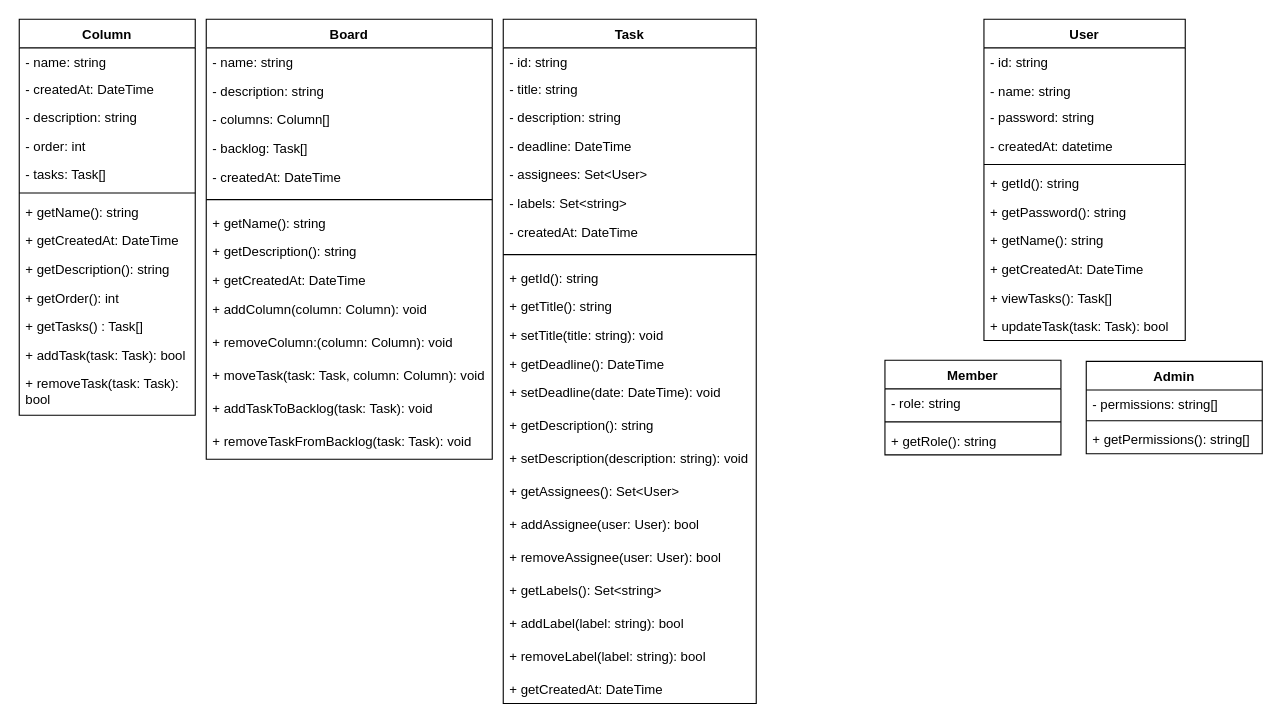
Before: docs/Kancpp.drawio in talis-fb/kancpp_atv_boas_praticas, a draw.io diagram. Source tidied: cells renumbered, new cells numbered last; positions are measured from the earlier drawing's top-left corner, leaving out a move shared by most shapes. Both pictures are drawn from the tidied source at 110%, with x=0, y=0 at pixel (19, 19).
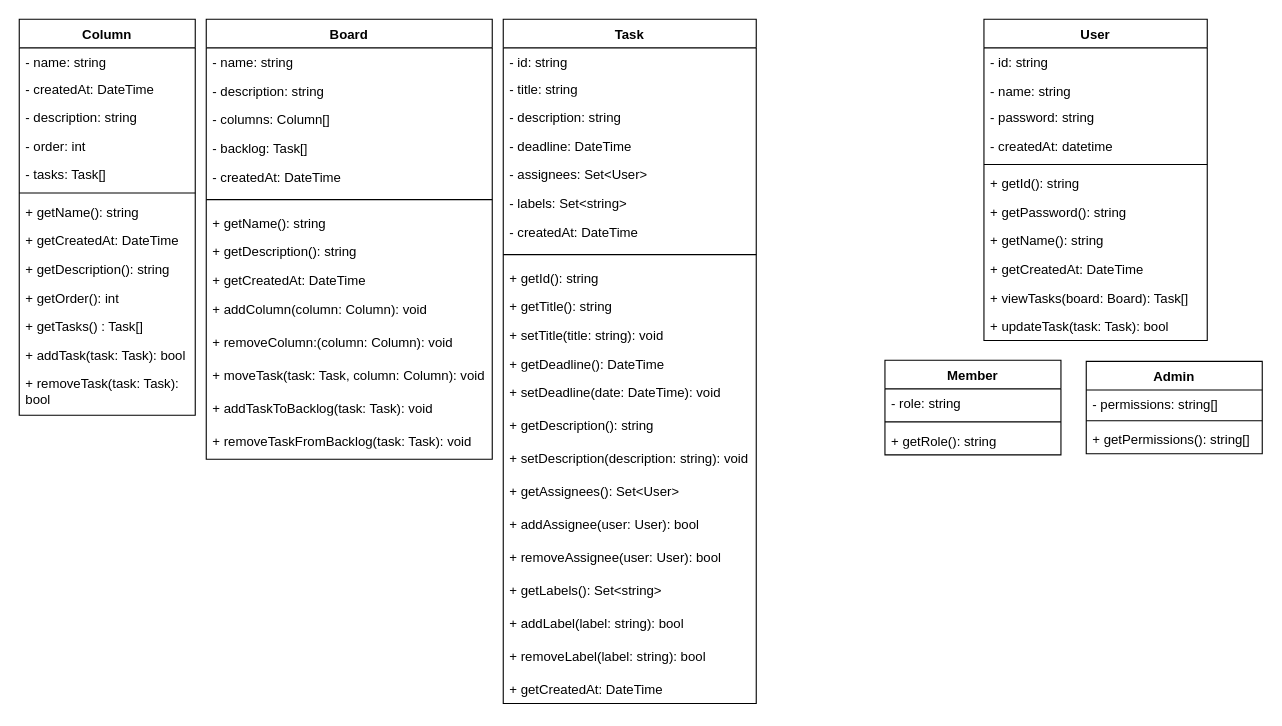
Above is the later version.

Commit message:
refactor: change view tasks methods

What changed in the source:
```diff
@@
     <mxCell id="54" value="User" style="swimlane;fontStyle=1;align=center;verticalAlign=top;horizontal=1;startSize=26;whiteSpace=wrap;html=1;" parent="1" vertex="1">
-      <mxGeometry x="877" width="183" height="292" as="geometry" />
+      <mxGeometry x="877" width="203" height="292" as="geometry" />
     </mxCell>
     <mxCell id="55" value="- id: string" style="text;strokeColor=none;fillColor=none;align=left;verticalAlign=top;spacingLeft=4;spacingRight=4;overflow=hidden;whiteSpace=wrap;html=1;" parent="54" vertex="1">
-      <mxGeometry y="26" width="183" height="26" as="geometry" />
+      <mxGeometry y="26" width="203" height="26" as="geometry" />
     </mxCell>
     <mxCell id="56" value="- name: string&lt;br&gt;" style="text;strokeColor=none;fillColor=none;align=left;verticalAlign=top;spacingLeft=4;spacingRight=4;overflow=hidden;whiteSpace=wrap;html=1;" parent="54" vertex="1">
-      <mxGeometry y="52" width="183" height="24" as="geometry" />
+      <mxGeometry y="52" width="203" height="24" as="geometry" />
     </mxCell>
     <mxCell id="57" value="- password: string" style="text;strokeColor=none;fillColor=none;align=left;verticalAlign=top;spacingLeft=4;spacingRight=4;overflow=hidden;whiteSpace=wrap;html=1;" parent="54" vertex="1">
-      <mxGeometry y="76" width="183" height="26" as="geometry" />
+      <mxGeometry y="76" width="203" height="26" as="geometry" />
     </mxCell>
     <mxCell id="58" value="- createdAt: datetime" style="text;strokeColor=none;fillColor=none;align=left;verticalAlign=top;spacingLeft=4;spacingRight=4;overflow=hidden;whiteSpace=wrap;html=1;" parent="54" vertex="1">
-      <mxGeometry y="102" width="183" height="26" as="geometry" />
+      <mxGeometry y="102" width="203" height="26" as="geometry" />
     </mxCell>
     <mxCell id="59" style="line;strokeWidth=1;fillColor=none;align=left;verticalAlign=middle;spacingTop=-1;spacingLeft=3;spacingRight=3;labelPosition=right;strokeColor=inherit;" parent="54" vertex="1">
-      <mxGeometry y="128" width="183" height="8" as="geometry" />
+      <mxGeometry y="128" width="203" height="8" as="geometry" />
     </mxCell>
     <mxCell id="60" value="+ getId(): string" style="text;strokeColor=none;fillColor=none;align=left;verticalAlign=top;spacingLeft=4;spacingRight=4;overflow=hidden;whiteSpace=wrap;html=1;" parent="54" vertex="1">
-      <mxGeometry y="136" width="183" height="26" as="geometry" />
+      <mxGeometry y="136" width="203" height="26" as="geometry" />
     </mxCell>
     <mxCell id="61" value="+ getPassword(): string" style="text;strokeColor=none;fillColor=none;align=left;verticalAlign=top;spacingLeft=4;spacingRight=4;overflow=hidden;whiteSpace=wrap;html=1;" parent="54" vertex="1">
-      <mxGeometry y="162" width="183" height="26" as="geometry" />
+      <mxGeometry y="162" width="203" height="26" as="geometry" />
     </mxCell>
     <mxCell id="62" value="+ getName(): string" style="text;strokeColor=none;fillColor=none;align=left;verticalAlign=top;spacingLeft=4;spacingRight=4;overflow=hidden;whiteSpace=wrap;html=1;" parent="54" vertex="1">
-      <mxGeometry y="188" width="183" height="26" as="geometry" />
+      <mxGeometry y="188" width="203" height="26" as="geometry" />
     </mxCell>
     <mxCell id="63" value="+ getCreatedAt: DateTime&lt;br&gt;" style="text;strokeColor=none;fillColor=none;align=left;verticalAlign=top;spacingLeft=4;spacingRight=4;overflow=hidden;whiteSpace=wrap;html=1;" parent="54" vertex="1">
-      <mxGeometry y="214" width="183" height="26" as="geometry" />
+      <mxGeometry y="214" width="203" height="26" as="geometry" />
     </mxCell>
-    <mxCell id="64" value="+ viewTasks(): Task[]" style="text;strokeColor=none;fillColor=none;align=left;verticalAlign=top;spacingLeft=4;spacingRight=4;overflow=hidden;whiteSpace=wrap;html=1;" parent="54" vertex="1">
-      <mxGeometry y="240" width="183" height="26" as="geometry" />
+    <mxCell id="64" value="+ viewTasks(board: Board): Task[]" style="text;strokeColor=none;fillColor=none;align=left;verticalAlign=top;spacingLeft=4;spacingRight=4;overflow=hidden;whiteSpace=wrap;html=1;" parent="54" vertex="1">
+      <mxGeometry y="240" width="203" height="26" as="geometry" />
     </mxCell>
     <mxCell id="65" value="+ updateTask(task: Task): bool" style="text;strokeColor=none;fillColor=none;align=left;verticalAlign=top;spacingLeft=4;spacingRight=4;overflow=hidden;whiteSpace=wrap;html=1;" parent="54" vertex="1">
-      <mxGeometry y="266" width="183" height="26" as="geometry" />
+      <mxGeometry y="266" width="203" height="26" as="geometry" />
     </mxCell>
```
